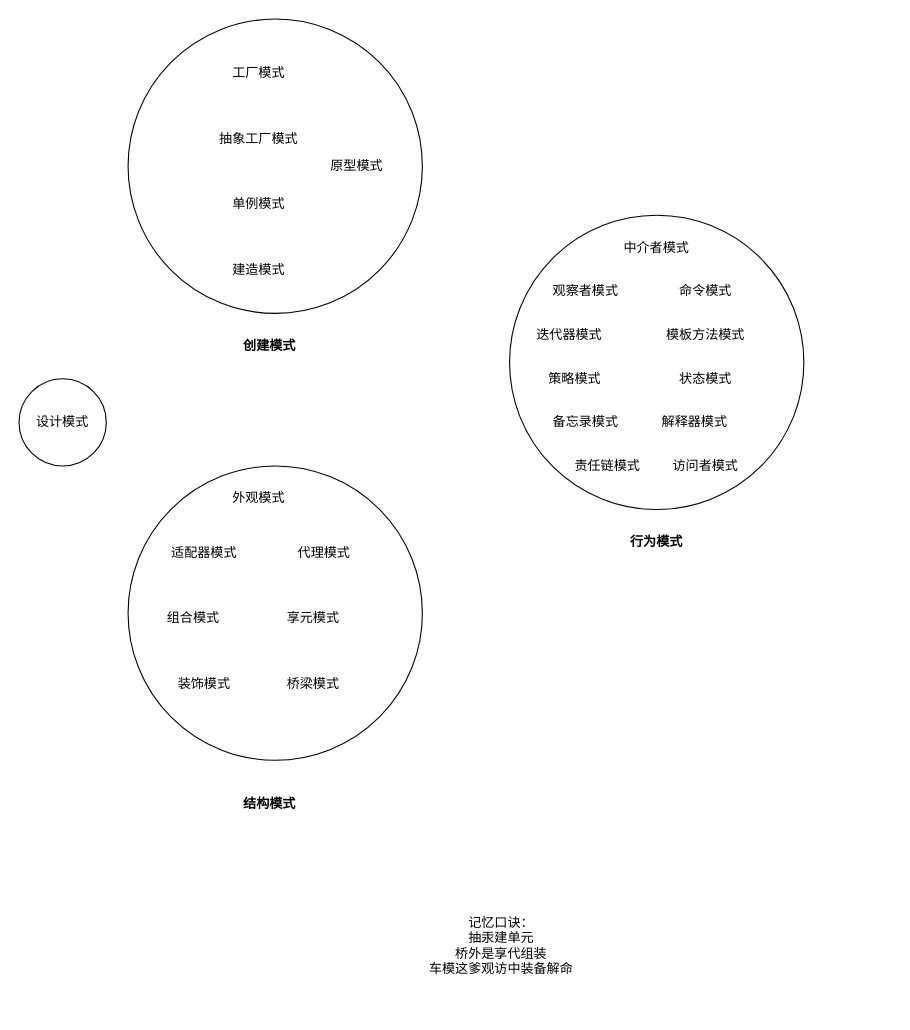
Earlier version of the draw.io diagram docs/designPatterns/设计模式.drawio (jcw123/design-pattern). Source tidied: cells renumbered, new cells numbered last; positions are measured from the earlier drawing's top-left corner, leaving out a move shared by most shapes. Both pictures are drawn from the tidied source at 109%, with x=0, y=0 at pixel (19, 19).
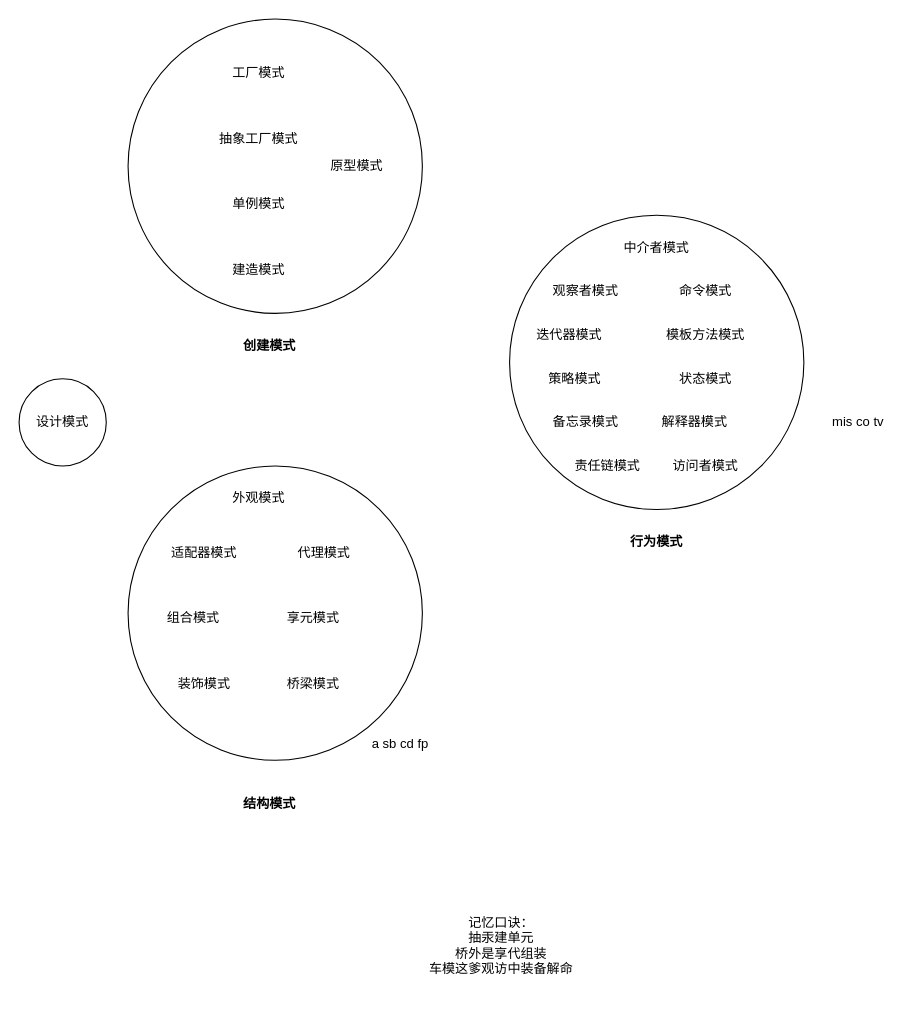
The same page after the edit.

The edit, as a diff of the source:
```diff
@@
+    <mxCell id="33" value="a sb cd fp" style="text;html=1;strokeColor=none;fillColor=none;align=center;verticalAlign=middle;whiteSpace=wrap;rounded=0;" parent="1" vertex="1">
+      <mxGeometry x="320" y="650" width="60" height="30" as="geometry" />
+    </mxCell>
+    <mxCell id="34" value="mis co tv" style="text;html=1;strokeColor=none;fillColor=none;align=center;verticalAlign=middle;whiteSpace=wrap;rounded=0;" parent="1" vertex="1">
+      <mxGeometry x="740" y="355" width="60" height="30" as="geometry" />
+    </mxCell>
```
